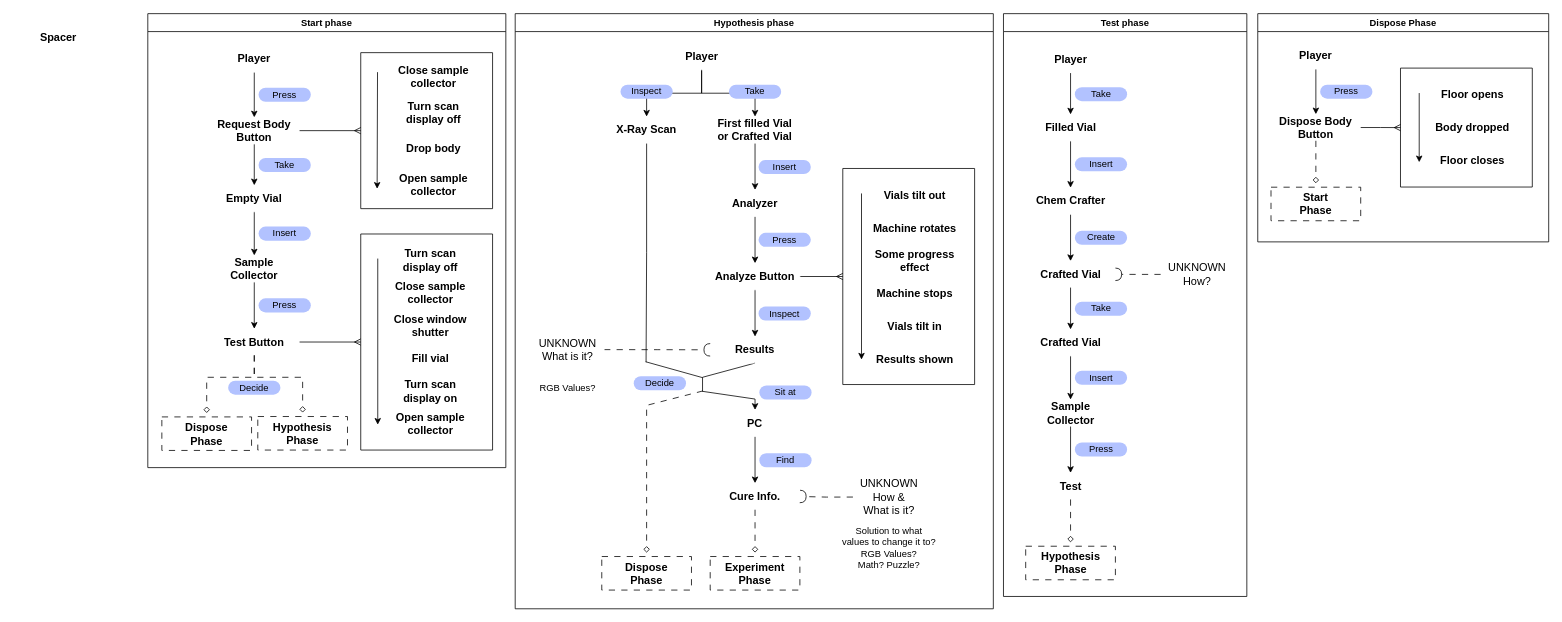
Before: page "Game Loop" (2 of 2) of Docs/TheLabArchitecture.drawio in Making-Games-ITU/TheLab, a draw.io diagram. Source tidied: cells renumbered, new cells numbered last; positions are measured from the earlier drawing's top-left corner, leaving out a move shared by most shapes. Both pictures are drawn from the tidied source at 78%, with x=0, y=0 at pixel (13, 13).
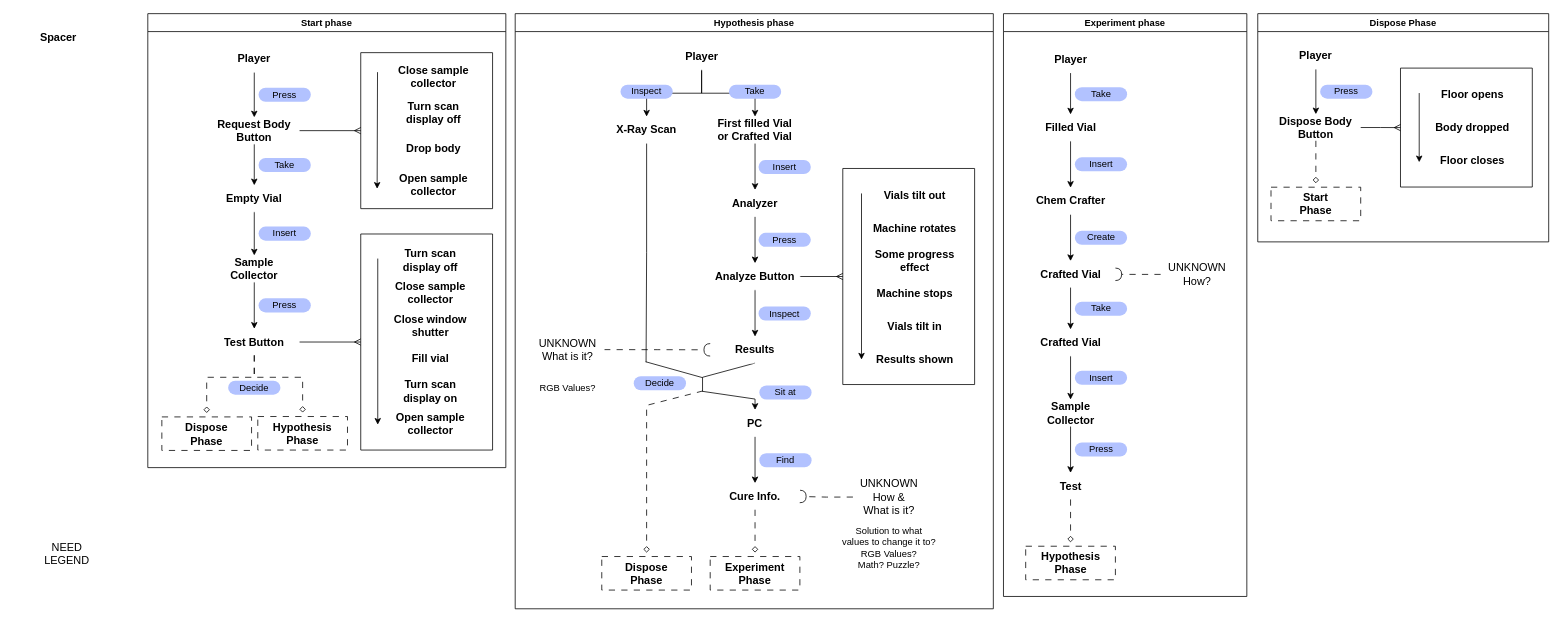
The same diagram, later.

Diff of the diagram source:
```diff
@@
-    <mxCell id="84" value="Test phase" style="swimlane;whiteSpace=wrap;html=1;" parent="1" vertex="1">
+    <mxCell id="84" value="Experiment phase" style="swimlane;whiteSpace=wrap;html=1;startSize=23;" parent="1" vertex="1">
       <mxGeometry x="1269" width="312" height="747.2" as="geometry" />
     </mxCell>
@@
+    <mxCell id="122" value="&lt;div&gt;&lt;span style=&quot;font-size: 14px;&quot;&gt;NEED&lt;/span&gt;&lt;/div&gt;&lt;div&gt;&lt;span style=&quot;font-size: 14px;&quot;&gt;LEGEND&lt;/span&gt;&lt;/div&gt;" style="rounded=1;whiteSpace=wrap;html=1;roundedPerimeter=1;arcSize=10;strokeColor=light-dark(#FFFFFF,#FF3333);fillColor=none;" parent="1" vertex="1">
+      <mxGeometry x="22" y="663.2" width="93" height="57.5" as="geometry" />
+    </mxCell>
```
